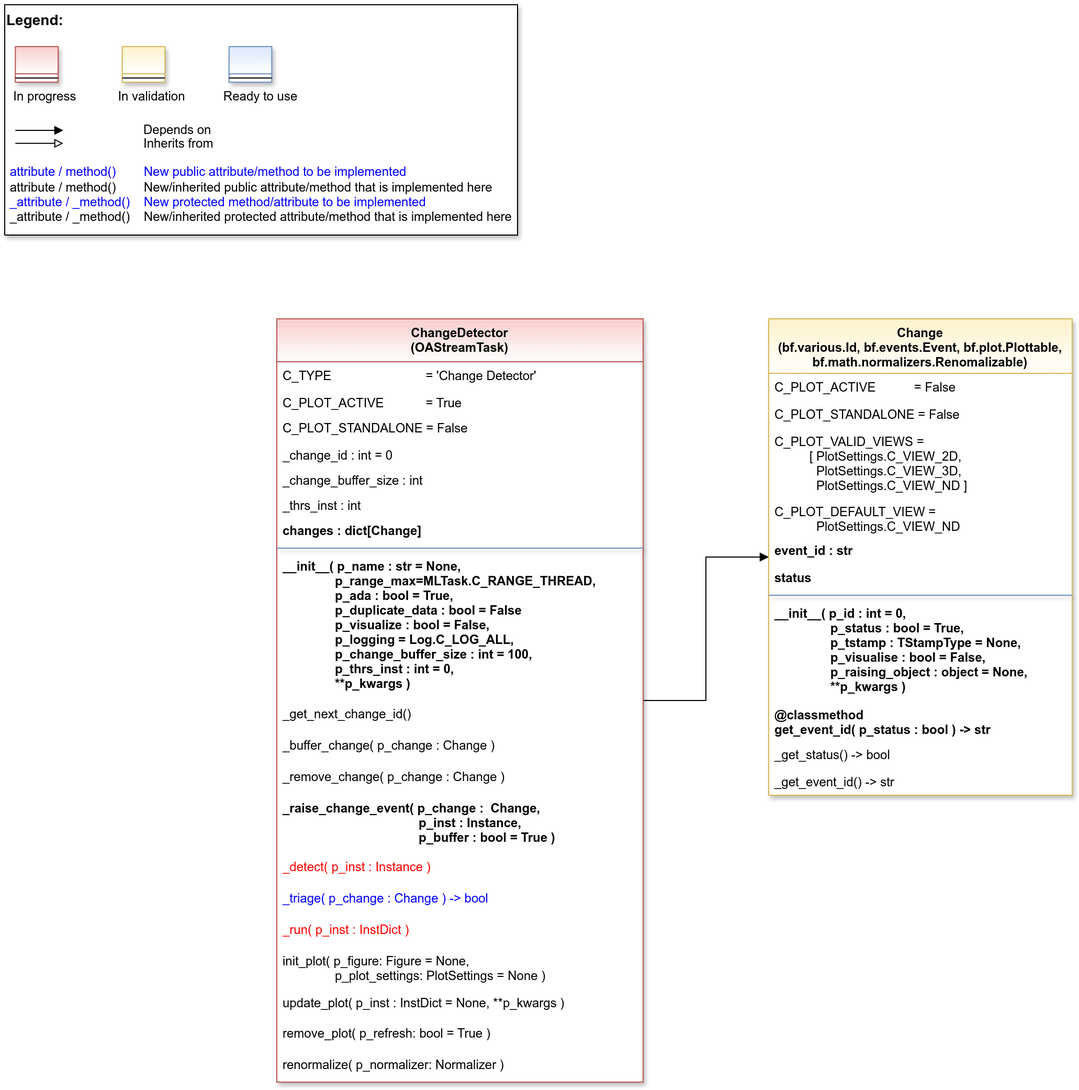
fhswf/MLPro keeps this draw.io diagram as doc/rtd/content/99_appendices/appendix2/sub/mlpro_oa/streams/30_change_detection/images/MLPro-OA-Change-Detectors_class_diagram.drawio.png. Above is the earlier version. Source tidied: cells renumbered, new cells last; positions are measured from the earlier drawing's top-left corner, leaving out a move shared by most shapes.
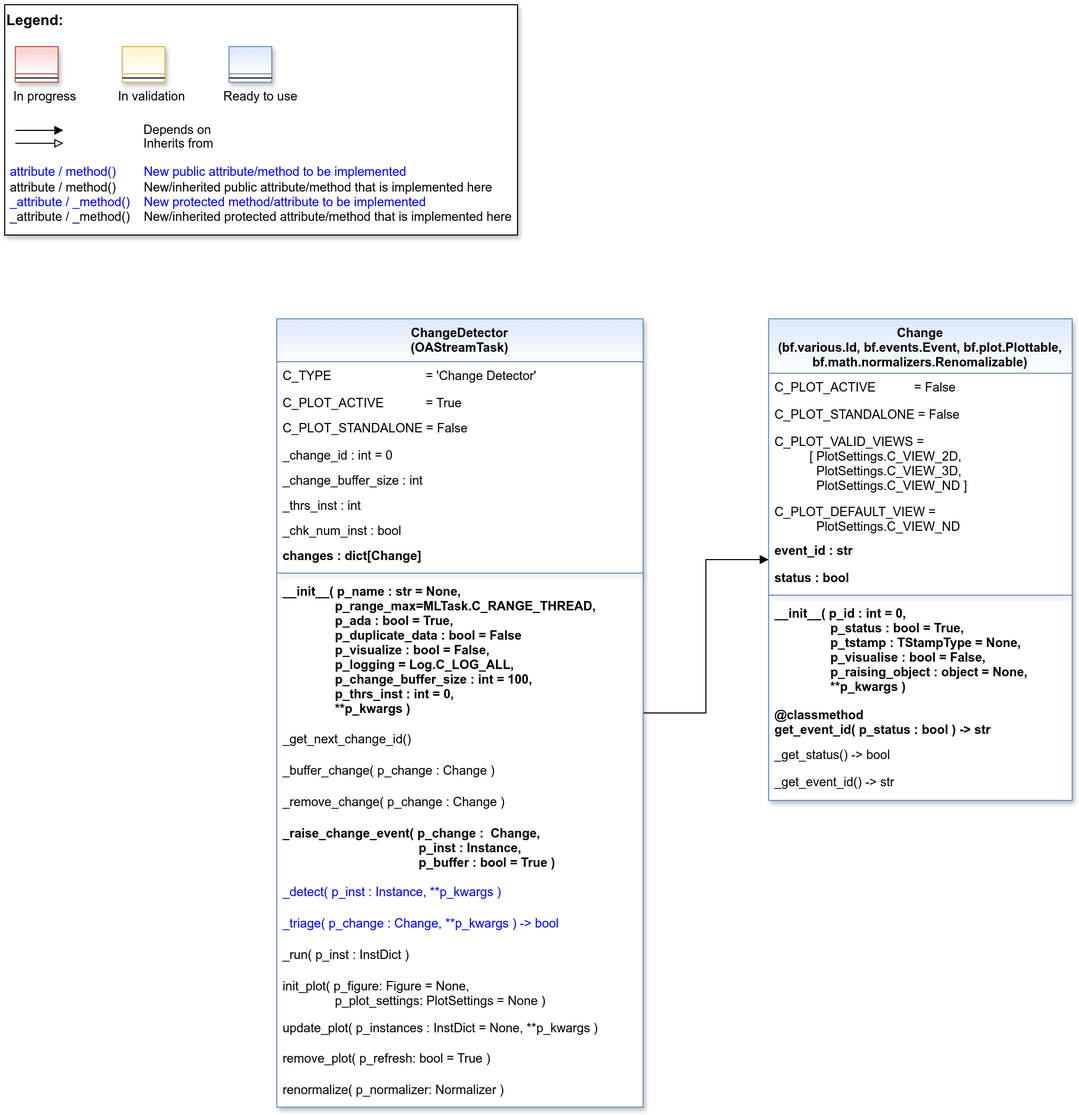
Above is the later version.

The edit, as a diff of the source:
```diff
@@ -43,11 +43,11 @@
     <mxCell id="11" style="line;html=1;strokeWidth=1;align=left;verticalAlign=middle;spacingTop=-1;spacingLeft=3;spacingRight=3;labelPosition=right;" parent="10" vertex="1">
       <mxGeometry y="26" width="40.8" height="8" as="geometry" />
     </mxCell>
-    <mxCell id="12" style="edgeStyle=orthogonalEdgeStyle;rounded=0;jettySize=auto;html=1;endArrow=block;endFill=1;" parent="1" edge="1" source="13" target="34">
+    <mxCell id="12" style="edgeStyle=orthogonalEdgeStyle;rounded=0;jettySize=auto;html=1;endArrow=block;endFill=1;" parent="1" edge="1" source="13" target="35">
       <mxGeometry relative="1" as="geometry" />
     </mxCell>
-    <mxCell id="13" value="ChangeDetector&#10;(OAStreamTask)" style="swimlane;align=center;verticalAlign=top;horizontal=1;startSize=41;rounded=0;shadow=1;strokeWidth=1;fillColor=#f8cecc;strokeColor=#b85450;swimlaneFillColor=#ffffff;gradientColor=#FFFFFF;" parent="1" vertex="1">
-      <mxGeometry x="260" y="300" width="350" height="729" as="geometry" />
+    <mxCell id="13" value="ChangeDetector&#10;(OAStreamTask)" style="swimlane;align=center;verticalAlign=top;horizontal=1;startSize=41;rounded=0;shadow=1;strokeWidth=1;fillColor=#dae8fc;strokeColor=#6c8ebf;swimlaneFillColor=#ffffff;gradientColor=#FFFFFF;" parent="1" vertex="1">
+      <mxGeometry x="260" y="300" width="350" height="753" as="geometry" />
     </mxCell>
     <mxCell id="14" value="C_TYPE                           = 'Change Detector'" style="text;align=left;verticalAlign=top;spacingLeft=4;spacingRight=4;overflow=hidden;fontStyle=0;fontColor=default;" parent="13" vertex="1">
       <mxGeometry y="41" width="350" height="26" as="geometry" />
@@ -67,83 +67,86 @@
     <mxCell id="19" value="_thrs_inst : int" style="text;align=left;verticalAlign=top;spacingLeft=4;spacingRight=4;overflow=hidden;" parent="13" vertex="1">
       <mxGeometry y="165" width="350" height="24" as="geometry" />
     </mxCell>
-    <mxCell id="20" value="changes : dict[Change]" style="text;align=left;verticalAlign=top;spacingLeft=4;spacingRight=4;overflow=hidden;fontStyle=1;" parent="13" vertex="1">
-      <mxGeometry y="189" width="350" height="26" as="geometry" />
+    <mxCell id="20" value="_chk_num_inst : bool" style="text;align=left;verticalAlign=top;spacingLeft=4;spacingRight=4;overflow=hidden;" parent="13" vertex="1">
+      <mxGeometry y="189" width="350" height="24" as="geometry" />
     </mxCell>
-    <mxCell id="21" style="line;html=1;strokeWidth=1;align=center;verticalAlign=top;spacingTop=-1;spacingLeft=3;spacingRight=3;labelPosition=right;rounded=0;shadow=1;strokeColor=#6c8ebf;swimlaneFillColor=#ffffff;fontFamily=Helvetica;fontSize=12;fontColor=default;fontStyle=3;fillColor=#dae8fc;gradientColor=#ffffff;" parent="13" vertex="1">
-      <mxGeometry y="215" width="350" height="8" as="geometry" />
+    <mxCell id="21" value="changes : dict[Change]" style="text;align=left;verticalAlign=top;spacingLeft=4;spacingRight=4;overflow=hidden;fontStyle=1;" parent="13" vertex="1">
+      <mxGeometry y="213" width="350" height="26" as="geometry" />
     </mxCell>
-    <mxCell id="22" value="__init__( p_name : str = None,&#10;               p_range_max=MLTask.C_RANGE_THREAD,&#10;               p_ada : bool = True,&#10;               p_duplicate_data : bool = False&#10;               p_visualize : bool = False,&#10;               p_logging = Log.C_LOG_ALL,&#10;               p_change_buffer_size : int = 100,&#10;               p_thrs_inst : int = 0,&#10;               **p_kwargs )" style="text;align=left;verticalAlign=top;spacingLeft=4;spacingRight=4;overflow=hidden;fontStyle=1;" parent="13" vertex="1">
-      <mxGeometry y="223" width="350" height="141" as="geometry" />
+    <mxCell id="22" style="line;html=1;strokeWidth=1;align=center;verticalAlign=top;spacingTop=-1;spacingLeft=3;spacingRight=3;labelPosition=right;rounded=0;shadow=1;strokeColor=#6c8ebf;swimlaneFillColor=#ffffff;fontFamily=Helvetica;fontSize=12;fontColor=default;fontStyle=3;fillColor=#dae8fc;gradientColor=#ffffff;" parent="13" vertex="1">
+      <mxGeometry y="239" width="350" height="8" as="geometry" />
     </mxCell>
-    <mxCell id="23" value="_get_next_change_id()" style="text;align=left;verticalAlign=top;spacingLeft=4;spacingRight=4;overflow=hidden;shadow=1;" parent="13" vertex="1">
-      <mxGeometry y="364" width="350" height="30" as="geometry" />
+    <mxCell id="23" value="__init__( p_name : str = None,&#10;               p_range_max=MLTask.C_RANGE_THREAD,&#10;               p_ada : bool = True,&#10;               p_duplicate_data : bool = False&#10;               p_visualize : bool = False,&#10;               p_logging = Log.C_LOG_ALL,&#10;               p_change_buffer_size : int = 100,&#10;               p_thrs_inst : int = 0,&#10;               **p_kwargs )" style="text;align=left;verticalAlign=top;spacingLeft=4;spacingRight=4;overflow=hidden;fontStyle=1;" parent="13" vertex="1">
+      <mxGeometry y="247" width="350" height="141" as="geometry" />
     </mxCell>
-    <mxCell id="24" value="_buffer_change( p_change : Change )" style="text;align=left;verticalAlign=top;spacingLeft=4;spacingRight=4;overflow=hidden;shadow=1;" parent="13" vertex="1">
-      <mxGeometry y="394" width="350" height="30" as="geometry" />
+    <mxCell id="24" value="_get_next_change_id()" style="text;align=left;verticalAlign=top;spacingLeft=4;spacingRight=4;overflow=hidden;shadow=1;" parent="13" vertex="1">
+      <mxGeometry y="388" width="350" height="30" as="geometry" />
     </mxCell>
-    <mxCell id="25" value="_remove_change( p_change : Change )" style="text;align=left;verticalAlign=top;spacingLeft=4;spacingRight=4;overflow=hidden;shadow=1;" parent="13" vertex="1">
-      <mxGeometry y="424" width="350" height="30" as="geometry" />
+    <mxCell id="25" value="_buffer_change( p_change : Change )" style="text;align=left;verticalAlign=top;spacingLeft=4;spacingRight=4;overflow=hidden;shadow=1;" parent="13" vertex="1">
+      <mxGeometry y="418" width="350" height="30" as="geometry" />
     </mxCell>
-    <mxCell id="26" value="_raise_change_event( p_change :  Change, &#10;                                       p_inst : Instance,&#10;                                       p_buffer : bool = True )" style="text;align=left;verticalAlign=top;spacingLeft=4;spacingRight=4;overflow=hidden;shadow=1;fontStyle=1;" parent="13" vertex="1">
-      <mxGeometry y="454" width="350" height="56" as="geometry" />
+    <mxCell id="26" value="_remove_change( p_change : Change )" style="text;align=left;verticalAlign=top;spacingLeft=4;spacingRight=4;overflow=hidden;shadow=1;" parent="13" vertex="1">
+      <mxGeometry y="448" width="350" height="30" as="geometry" />
     </mxCell>
-    <mxCell id="27" value="_detect( p_inst : Instance )" style="text;align=left;verticalAlign=top;spacingLeft=4;spacingRight=4;overflow=hidden;shadow=1;fontColor=#FF0000;" parent="13" vertex="1">
-      <mxGeometry y="510" width="350" height="30" as="geometry" />
+    <mxCell id="27" value="_raise_change_event( p_change :  Change, &#10;                                       p_inst : Instance,&#10;                                       p_buffer : bool = True )" style="text;align=left;verticalAlign=top;spacingLeft=4;spacingRight=4;overflow=hidden;shadow=1;fontStyle=1;" parent="13" vertex="1">
+      <mxGeometry y="478" width="350" height="56" as="geometry" />
     </mxCell>
-    <mxCell id="28" value="_triage( p_change : Change ) -&gt; bool" style="text;align=left;verticalAlign=top;spacingLeft=4;spacingRight=4;overflow=hidden;shadow=1;fontColor=#0000FF;" parent="13" vertex="1">
-      <mxGeometry y="540" width="350" height="30" as="geometry" />
+    <mxCell id="28" value="_detect( p_inst : Instance, **p_kwargs )" style="text;align=left;verticalAlign=top;spacingLeft=4;spacingRight=4;overflow=hidden;shadow=1;fontColor=#0000FF;" parent="13" vertex="1">
+      <mxGeometry y="534" width="350" height="30" as="geometry" />
     </mxCell>
-    <mxCell id="29" value="_run( p_inst : InstDict )" style="text;align=left;verticalAlign=top;spacingLeft=4;spacingRight=4;overflow=hidden;shadow=1;fontColor=#FF0000;" parent="13" vertex="1">
-      <mxGeometry y="570" width="350" height="30" as="geometry" />
+    <mxCell id="29" value="_triage( p_change : Change, **p_kwargs ) -&gt; bool" style="text;align=left;verticalAlign=top;spacingLeft=4;spacingRight=4;overflow=hidden;shadow=1;fontColor=#0000FF;" parent="13" vertex="1">
+      <mxGeometry y="564" width="350" height="30" as="geometry" />
     </mxCell>
-    <mxCell id="30" value="init_plot( p_figure: Figure = None,&#10;               p_plot_settings: PlotSettings = None )" style="text;align=left;verticalAlign=top;spacingLeft=4;spacingRight=4;overflow=hidden;shadow=1;fontStyle=0;" parent="13" vertex="1">
-      <mxGeometry y="600" width="350" height="40" as="geometry" />
+    <mxCell id="30" value="_run( p_inst : InstDict )" style="text;align=left;verticalAlign=top;spacingLeft=4;spacingRight=4;overflow=hidden;shadow=1;fontColor=default;" parent="13" vertex="1">
+      <mxGeometry y="594" width="350" height="30" as="geometry" />
     </mxCell>
-    <mxCell id="31" value="update_plot( p_inst : InstDict = None, **p_kwargs )" style="text;align=left;verticalAlign=top;spacingLeft=4;spacingRight=4;overflow=hidden;shadow=1;fontStyle=0;" parent="13" vertex="1">
-      <mxGeometry y="640" width="350" height="29" as="geometry" />
+    <mxCell id="31" value="init_plot( p_figure: Figure = None,&#10;               p_plot_settings: PlotSettings = None )" style="text;align=left;verticalAlign=top;spacingLeft=4;spacingRight=4;overflow=hidden;shadow=1;fontStyle=0;" parent="13" vertex="1">
+      <mxGeometry y="624" width="350" height="40" as="geometry" />
     </mxCell>
-    <mxCell id="32" value="remove_plot( p_refresh: bool = True )" style="text;align=left;verticalAlign=top;spacingLeft=4;spacingRight=4;overflow=hidden;shadow=1;fontStyle=0;" parent="13" vertex="1">
-      <mxGeometry y="669" width="350" height="30" as="geometry" />
+    <mxCell id="32" value="update_plot( p_instances : InstDict = None, **p_kwargs )" style="text;align=left;verticalAlign=top;spacingLeft=4;spacingRight=4;overflow=hidden;shadow=1;fontStyle=0;" parent="13" vertex="1">
+      <mxGeometry y="664" width="350" height="29" as="geometry" />
     </mxCell>
-    <mxCell id="33" value="renormalize( p_normalizer: Normalizer ) " style="text;align=left;verticalAlign=top;spacingLeft=4;spacingRight=4;overflow=hidden;shadow=1;fontStyle=0;" parent="13" vertex="1">
-      <mxGeometry y="699" width="350" height="30" as="geometry" />
+    <mxCell id="33" value="remove_plot( p_refresh: bool = True )" style="text;align=left;verticalAlign=top;spacingLeft=4;spacingRight=4;overflow=hidden;shadow=1;fontStyle=0;" parent="13" vertex="1">
+      <mxGeometry y="693" width="350" height="30" as="geometry" />
     </mxCell>
-    <mxCell id="34" value="Change&#10;(bf.various.Id, bf.events.Event, bf.plot.Plottable,&#10;bf.math.normalizers.Renomalizable)" style="swimlane;fontStyle=1;align=center;verticalAlign=top;horizontal=1;startSize=52;rounded=0;shadow=1;strokeWidth=1;fillColor=#fff2cc;strokeColor=#d6b656;swimlaneFillColor=#ffffff;fontFamily=Helvetica;fontSize=12;gradientColor=#FFFFFF;" parent="1" vertex="1">
-      <mxGeometry x="730" y="300" width="290" height="455" as="geometry" />
+    <mxCell id="34" value="renormalize( p_normalizer: Normalizer ) " style="text;align=left;verticalAlign=top;spacingLeft=4;spacingRight=4;overflow=hidden;points=[[0,0.5],[1,0.5]];portConstraint=eastwest;shadow=1;fontStyle=0;" parent="13" vertex="1">
+      <mxGeometry y="723" width="350" height="30" as="geometry" />
     </mxCell>
-    <mxCell id="35" value="C_PLOT_ACTIVE           = False" style="text;align=left;verticalAlign=top;spacingLeft=4;spacingRight=4;overflow=hidden;points=[[0,0.5],[1,0.5]];portConstraint=eastwest;" parent="34" vertex="1">
-      <mxGeometry y="52" width="290" height="26" as="geometry" />
+    <mxCell id="35" value="Change&#10;(bf.various.Id, bf.events.Event, bf.plot.Plottable,&#10;bf.math.normalizers.Renomalizable)" style="swimlane;fontStyle=1;align=center;verticalAlign=top;horizontal=1;startSize=52;rounded=0;shadow=1;strokeWidth=1;fillColor=#dae8fc;strokeColor=#6c8ebf;swimlaneFillColor=#ffffff;fontFamily=Helvetica;fontSize=12;gradientColor=#FFFFFF;" parent="1" vertex="1">
+      <mxGeometry x="730" y="300" width="290" height="460" as="geometry" />
     </mxCell>
-    <mxCell id="36" value="C_PLOT_STANDALONE = False" style="text;align=left;verticalAlign=top;spacingLeft=4;spacingRight=4;overflow=hidden;" parent="34" vertex="1">
-      <mxGeometry y="78" width="290" height="26" as="geometry" />
+    <mxCell id="36" value="C_PLOT_ACTIVE           = False" style="text;align=left;verticalAlign=top;spacingLeft=4;spacingRight=4;overflow=hidden;" parent="35" vertex="1">
+      <mxGeometry y="52" width="290" height="26" as="geometry" />
     </mxCell>
-    <mxCell id="37" value="C_PLOT_VALID_VIEWS = &#10;          [ PlotSettings.C_VIEW_2D, &#10;            PlotSettings.C_VIEW_3D, &#10;            PlotSettings.C_VIEW_ND ]" style="text;align=left;verticalAlign=top;spacingLeft=4;spacingRight=4;overflow=hidden;" parent="34" vertex="1">
-      <mxGeometry y="104" width="290" height="67" as="geometry" />
+    <mxCell id="37" value="C_PLOT_STANDALONE = False" style="text;align=left;verticalAlign=top;spacingLeft=4;spacingRight=4;overflow=hidden;" parent="35" vertex="1">
+      <mxGeometry y="78" width="290" height="26" as="geometry" />
     </mxCell>
-    <mxCell id="38" value="C_PLOT_DEFAULT_VIEW = &#10;            PlotSettings.C_VIEW_ND" style="text;align=left;verticalAlign=top;spacingLeft=4;spacingRight=4;overflow=hidden;" parent="34" vertex="1">
-      <mxGeometry y="171" width="290" height="37" as="geometry" />
+    <mxCell id="38" value="C_PLOT_VALID_VIEWS = &#10;          [ PlotSettings.C_VIEW_2D, &#10;            PlotSettings.C_VIEW_3D, &#10;            PlotSettings.C_VIEW_ND ]" style="text;align=left;verticalAlign=top;spacingLeft=4;spacingRight=4;overflow=hidden;" parent="35" vertex="1">
+      <mxGeometry y="104" width="290" height="67" as="geometry" />
     </mxCell>
-    <mxCell id="39" value="event_id : str" style="text;align=left;verticalAlign=top;spacingLeft=4;spacingRight=4;overflow=hidden;fontStyle=1;" parent="34" vertex="1">
-      <mxGeometry y="208" width="290" height="26" as="geometry" />
+    <mxCell id="39" value="C_PLOT_DEFAULT_VIEW = &#10;            PlotSettings.C_VIEW_ND" style="text;align=left;verticalAlign=top;spacingLeft=4;spacingRight=4;overflow=hidden;" parent="35" vertex="1">
+      <mxGeometry y="171" width="290" height="37" as="geometry" />
     </mxCell>
-    <mxCell id="40" value="status" style="text;align=left;verticalAlign=top;spacingLeft=4;spacingRight=4;overflow=hidden;fontStyle=1;" parent="34" vertex="1">
-      <mxGeometry y="234" width="290" height="26" as="geometry" />
+    <mxCell id="40" value="event_id : str" style="text;align=left;verticalAlign=top;spacingLeft=4;spacingRight=4;overflow=hidden;fontStyle=1;" parent="35" vertex="1">
+      <mxGeometry y="208" width="290" height="26" as="geometry" />
     </mxCell>
-    <mxCell id="41" style="line;html=1;strokeWidth=1;align=center;verticalAlign=top;spacingTop=-1;spacingLeft=3;spacingRight=3;labelPosition=right;rounded=0;shadow=1;strokeColor=#6c8ebf;swimlaneFillColor=#ffffff;fontFamily=Helvetica;fontSize=12;fontColor=default;fontStyle=1;fillColor=#dae8fc;gradientColor=#ffffff;" parent="34" vertex="1">
-      <mxGeometry y="260" width="290" height="8" as="geometry" />
+    <mxCell id="41" value="status : bool" style="text;align=left;verticalAlign=top;spacingLeft=4;spacingRight=4;overflow=hidden;fontStyle=1;" parent="35" vertex="1">
+      <mxGeometry y="234" width="290" height="26" as="geometry" />
     </mxCell>
-    <mxCell id="42" value="__init__( p_id : int = 0,&#10;                p_status : bool = True,&#10;                p_tstamp : TStampType = None,&#10;                p_visualise : bool = False,&#10;                p_raising_object : object = None,&#10;                **p_kwargs )" style="text;align=left;verticalAlign=top;spacingLeft=4;spacingRight=4;overflow=hidden;fontStyle=1;" parent="34" vertex="1">
-      <mxGeometry y="268" width="290" height="97" as="geometry" />
+    <mxCell id="42" style="line;html=1;strokeWidth=1;align=center;verticalAlign=top;spacingTop=-1;spacingLeft=3;spacingRight=3;labelPosition=right;rounded=0;shadow=1;strokeColor=#6c8ebf;swimlaneFillColor=#ffffff;fontFamily=Helvetica;fontSize=12;fontColor=default;fontStyle=1;fillColor=#dae8fc;gradientColor=#ffffff;" parent="35" vertex="1">
+      <mxGeometry y="260" width="290" height="8" as="geometry" />
     </mxCell>
-    <mxCell id="43" value="@classmethod&#10;get_event_id( p_status : bool ) -&gt; str" style="text;align=left;verticalAlign=top;spacingLeft=4;spacingRight=4;overflow=hidden;fontStyle=1;" parent="34" vertex="1">
-      <mxGeometry y="365" width="290" height="38" as="geometry" />
+    <mxCell id="43" value="__init__( p_id : int = 0,&#10;                p_status : bool = True,&#10;                p_tstamp : TStampType = None,&#10;                p_visualise : bool = False,&#10;                p_raising_object : object = None,&#10;                **p_kwargs )" style="text;align=left;verticalAlign=top;spacingLeft=4;spacingRight=4;overflow=hidden;fontStyle=1;" parent="35" vertex="1">
+      <mxGeometry y="268" width="290" height="97" as="geometry" />
     </mxCell>
-    <mxCell id="44" value="_get_status() -&gt; bool" style="text;align=left;verticalAlign=top;spacingLeft=4;spacingRight=4;overflow=hidden;fontStyle=0;" parent="34" vertex="1">
-      <mxGeometry y="403" width="290" height="26" as="geometry" />
+    <mxCell id="44" value="@classmethod&#10;get_event_id( p_status : bool ) -&gt; str" style="text;align=left;verticalAlign=top;spacingLeft=4;spacingRight=4;overflow=hidden;fontStyle=1;" parent="35" vertex="1">
+      <mxGeometry y="365" width="290" height="38" as="geometry" />
     </mxCell>
-    <mxCell id="45" value="_get_event_id() -&gt; str" style="text;align=left;verticalAlign=top;spacingLeft=4;spacingRight=4;overflow=hidden;fontStyle=0;" parent="34" vertex="1">
-      <mxGeometry y="429" width="290" height="26" as="geometry" />
+    <mxCell id="45" value="_get_status() -&gt; bool" style="text;align=left;verticalAlign=top;spacingLeft=4;spacingRight=4;overflow=hidden;fontStyle=0;" parent="35" vertex="1">
+      <mxGeometry y="403" width="290" height="26" as="geometry" />
     </mxCell>
+    <mxCell id="46" value="_get_event_id() -&gt; str" style="text;align=left;verticalAlign=top;spacingLeft=4;spacingRight=4;overflow=hidden;fontStyle=0;" parent="35" vertex="1">
+      <mxGeometry y="429" width="290" height="26" as="geometry" />
+    </mxCell>
   </root>
 </mxGraphModel>
```
